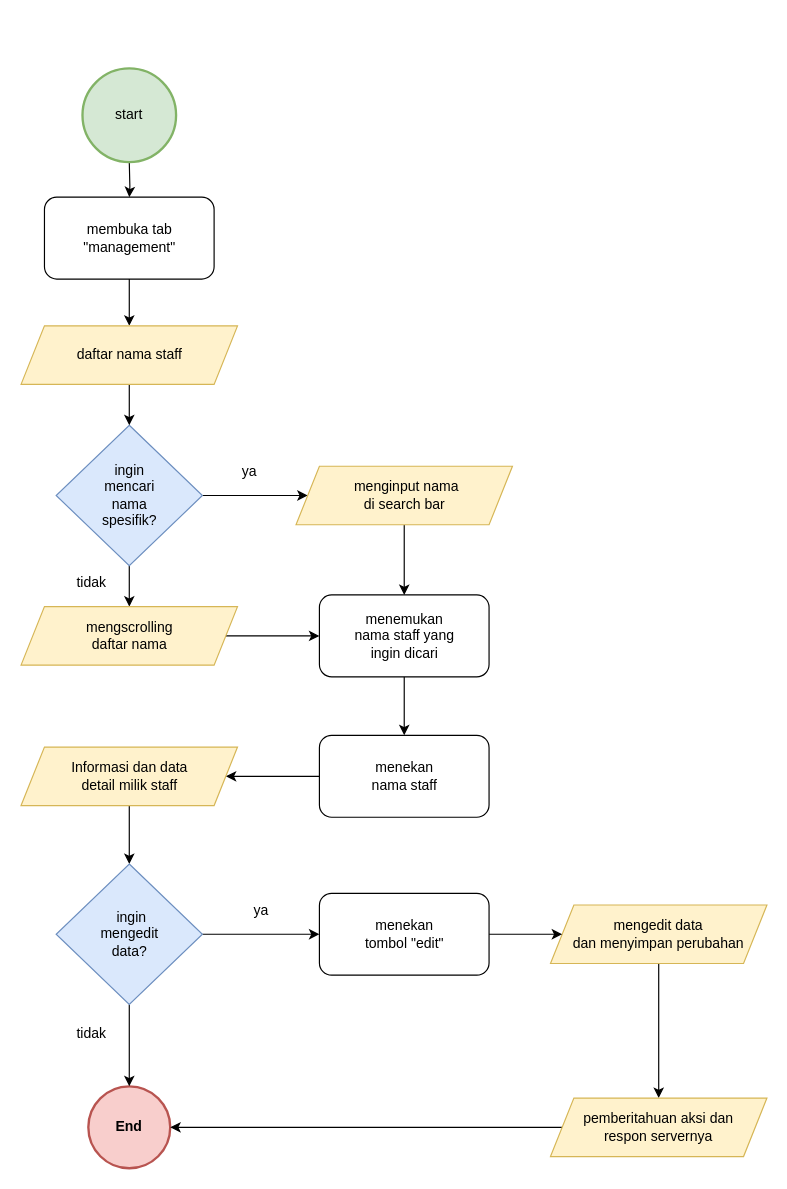
Above: diagrams/user_flow/owner_lihat_edit_data_staff.drawio in SynergyStudioBandung/synergy_studio_docs (draw.io), before the change. Source tidied: cells renumbered, new cells numbered last; positions are measured from the earlier drawing's top-left corner, leaving out a move shared by most shapes. Both pictures are drawn from the tidied source at 117%, with x=0, y=0 at pixel (21, 68).
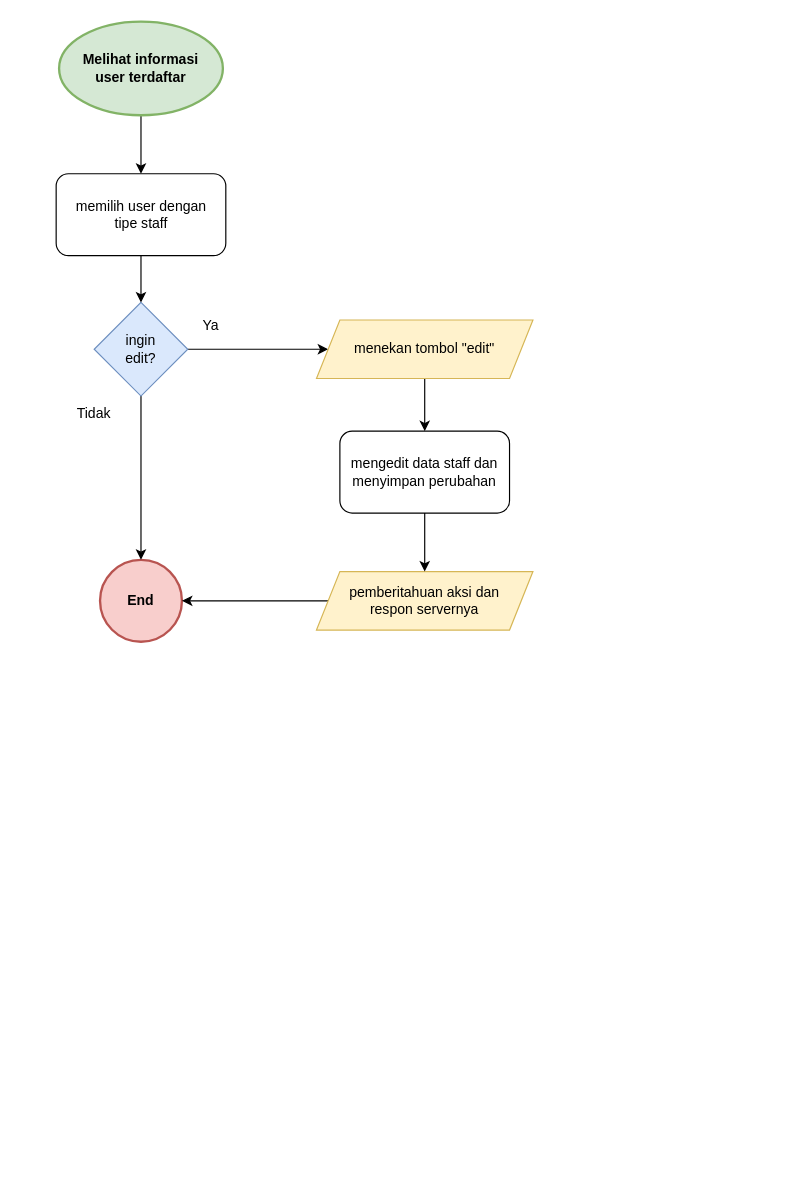
The same diagram, later.

The edit, as a diff of the source:
```diff
@@
     <mxCell id="2" value="End" style="ellipse;whiteSpace=wrap;html=1;fillColor=#f8cecc;strokeColor=#b85450;fontStyle=1;strokeWidth=2;" parent="1" vertex="1">
-      <mxGeometry x="57" y="870" width="70" height="70" as="geometry" />
+      <mxGeometry x="67" y="420" width="70" height="70" as="geometry" />
     </mxCell>
-    <mxCell id="3" style="edgeStyle=orthogonalEdgeStyle;rounded=0;jettySize=auto;html=1;" parent="1" edge="1" target="13">
-      <mxGeometry relative="1" as="geometry">
-        <mxPoint x="92" y="80" as="sourcePoint" />
-      </mxGeometry>
-    </mxCell>
-    <mxCell id="4" style="edgeStyle=orthogonalEdgeStyle;rounded=0;jettySize=auto;html=1;" parent="1" edge="1" source="6" target="11">
-      <mxGeometry relative="1" as="geometry" />
-    </mxCell>
-    <mxCell id="5" style="edgeStyle=orthogonalEdgeStyle;rounded=0;jettySize=auto;html=1;" parent="1" edge="1" source="6" target="17">
-      <mxGeometry relative="1" as="geometry" />
-    </mxCell>
-    <mxCell id="6" value="ingin&lt;br&gt;mencari&lt;br&gt;nama&lt;br&gt;spesifik?" style="rhombus;whiteSpace=wrap;html=1;fillColor=#dae8fc;strokeColor=#6c8ebf;" parent="1" vertex="1">
-      <mxGeometry x="29.5" y="305" width="125" height="120" as="geometry" />
-    </mxCell>
-    <mxCell id="7" style="edgeStyle=orthogonalEdgeStyle;rounded=0;jettySize=auto;html=1;" parent="1" edge="1" source="8" target="23">
-      <mxGeometry relative="1" as="geometry" />
-    </mxCell>
-    <mxCell id="8" value="menekan&lt;br&gt;nama staff" style="rounded=1;whiteSpace=wrap;html=1;fontSize=12;glass=0;strokeWidth=1;shadow=0;" parent="1" vertex="1">
-      <mxGeometry x="254.5" y="570" width="145" height="70" as="geometry" />
-    </mxCell>
-    <mxCell id="9" value="ya" style="text;html=1;strokeColor=none;fillColor=none;align=center;verticalAlign=middle;whiteSpace=wrap;rounded=0;" parent="1" vertex="1">
-      <mxGeometry x="164.5" y="330" width="60" height="30" as="geometry" />
-    </mxCell>
-    <mxCell id="10" style="edgeStyle=orthogonalEdgeStyle;rounded=0;jettySize=auto;html=1;" parent="1" edge="1" source="11" target="15">
-      <mxGeometry relative="1" as="geometry" />
-    </mxCell>
-    <mxCell id="11" value="&amp;nbsp;menginput nama&lt;br&gt;di search bar" style="shape=parallelogram;perimeter=parallelogramPerimeter;whiteSpace=wrap;html=1;fixedSize=1;strokeWidth=1;fillColor=#fff2cc;strokeColor=#d6b656;" parent="1" vertex="1">
-      <mxGeometry x="234.5" y="340" width="185" height="50" as="geometry" />
-    </mxCell>
-    <mxCell id="12" style="edgeStyle=orthogonalEdgeStyle;rounded=0;jettySize=auto;html=1;" parent="1" edge="1" source="13" target="21">
-      <mxGeometry relative="1" as="geometry" />
-    </mxCell>
-    <mxCell id="13" value="membuka tab&lt;br&gt;&quot;management&quot;" style="rounded=1;whiteSpace=wrap;html=1;fontSize=12;glass=0;strokeWidth=1;shadow=0;" parent="1" vertex="1">
-      <mxGeometry x="19.5" y="110" width="145" height="70" as="geometry" />
-    </mxCell>
-    <mxCell id="14" style="edgeStyle=orthogonalEdgeStyle;rounded=0;jettySize=auto;html=1;" parent="1" edge="1" source="15" target="8">
-      <mxGeometry relative="1" as="geometry" />
-    </mxCell>
-    <mxCell id="15" value="  menemukan&lt;br&gt;nama staff yang&lt;br&gt;ingin dicari" style="rounded=1;whiteSpace=wrap;html=1;fontSize=12;glass=0;strokeWidth=1;shadow=0;" parent="1" vertex="1">
-      <mxGeometry x="254.5" y="450" width="145" height="70" as="geometry" />
-    </mxCell>
-    <mxCell id="16" style="edgeStyle=orthogonalEdgeStyle;rounded=0;jettySize=auto;html=1;" parent="1" edge="1" source="17" target="15">
-      <mxGeometry relative="1" as="geometry" />
-    </mxCell>
-    <mxCell id="17" value="  mengscrolling&lt;br&gt;daftar nama" style="shape=parallelogram;perimeter=parallelogramPerimeter;whiteSpace=wrap;html=1;fixedSize=1;strokeWidth=1;fillColor=#fff2cc;strokeColor=#d6b656;" parent="1" vertex="1">
-      <mxGeometry x="-0.5" y="460" width="185" height="50" as="geometry" />
-    </mxCell>
-    <mxCell id="18" value="tidak" style="text;html=1;strokeColor=none;fillColor=none;align=center;verticalAlign=middle;whiteSpace=wrap;rounded=0;" parent="1" vertex="1">
-      <mxGeometry x="29.5" y="425" width="60" height="30" as="geometry" />
-    </mxCell>
-    <mxCell id="19" value="start" style="ellipse;whiteSpace=wrap;html=1;fillColor=#d5e8d4;strokeColor=#82b366;strokeWidth=2;" parent="1" vertex="1">
-      <mxGeometry x="52" width="80" height="80" as="geometry" />
-    </mxCell>
-    <mxCell id="20" style="edgeStyle=orthogonalEdgeStyle;rounded=0;jettySize=auto;html=1;" parent="1" edge="1" source="21" target="6">
-      <mxGeometry relative="1" as="geometry" />
-    </mxCell>
-    <mxCell id="21" value="daftar nama staff" style="shape=parallelogram;perimeter=parallelogramPerimeter;whiteSpace=wrap;html=1;fixedSize=1;strokeWidth=1;fillColor=#fff2cc;strokeColor=#d6b656;" parent="1" vertex="1">
-      <mxGeometry x="-0.5" y="220" width="185" height="50" as="geometry" />
-    </mxCell>
-    <mxCell id="22" style="edgeStyle=orthogonalEdgeStyle;rounded=0;jettySize=auto;html=1;" parent="1" edge="1" source="23" target="26">
-      <mxGeometry relative="1" as="geometry" />
-    </mxCell>
-    <mxCell id="23" value="Informasi dan data&lt;br&gt;detail milik staff" style="shape=parallelogram;perimeter=parallelogramPerimeter;whiteSpace=wrap;html=1;fixedSize=1;strokeWidth=1;fillColor=#fff2cc;strokeColor=#d6b656;" parent="1" vertex="1">
-      <mxGeometry x="-0.5" y="580" width="185" height="50" as="geometry" />
-    </mxCell>
-    <mxCell id="24" style="edgeStyle=orthogonalEdgeStyle;rounded=0;jettySize=auto;html=1;" parent="1" edge="1" source="26" target="2">
-      <mxGeometry relative="1" as="geometry" />
-    </mxCell>
-    <mxCell id="25" style="edgeStyle=orthogonalEdgeStyle;rounded=0;jettySize=auto;html=1;" parent="1" edge="1" source="26" target="32">
-      <mxGeometry relative="1" as="geometry" />
-    </mxCell>
-    <mxCell id="26" value="&amp;nbsp;ingin&lt;br&gt;mengedit&lt;br&gt;data?" style="rhombus;whiteSpace=wrap;html=1;fillColor=#dae8fc;strokeColor=#6c8ebf;" parent="1" vertex="1">
-      <mxGeometry x="29.5" y="680" width="125" height="120" as="geometry" />
-    </mxCell>
-    <mxCell id="27" value="tidak" style="text;html=1;strokeColor=none;fillColor=none;align=center;verticalAlign=middle;whiteSpace=wrap;rounded=0;" parent="1" vertex="1">
-      <mxGeometry x="29.5" y="810" width="60" height="30" as="geometry" />
-    </mxCell>
-    <mxCell id="28" value="ya" style="text;html=1;strokeColor=none;fillColor=none;align=center;verticalAlign=middle;whiteSpace=wrap;rounded=0;" parent="1" vertex="1">
-      <mxGeometry x="174.5" y="705" width="60" height="30" as="geometry" />
-    </mxCell>
-    <mxCell id="29" style="edgeStyle=orthogonalEdgeStyle;rounded=0;jettySize=auto;html=1;" parent="1" edge="1" source="30" target="34">
-      <mxGeometry relative="1" as="geometry" />
-    </mxCell>
-    <mxCell id="30" value="  mengedit data&lt;br&gt;dan menyimpan perubahan" style="shape=parallelogram;perimeter=parallelogramPerimeter;whiteSpace=wrap;html=1;fixedSize=1;strokeWidth=1;fillColor=#fff2cc;strokeColor=#d6b656;" parent="1" vertex="1">
-      <mxGeometry x="452" y="715" width="185" height="50" as="geometry" />
-    </mxCell>
-    <mxCell id="31" style="edgeStyle=orthogonalEdgeStyle;rounded=0;jettySize=auto;html=1;" parent="1" edge="1" source="32" target="30">
-      <mxGeometry relative="1" as="geometry" />
-    </mxCell>
-    <mxCell id="32" value="  menekan&lt;br&gt;tombol &quot;edit&quot;" style="rounded=1;whiteSpace=wrap;html=1;fontSize=12;glass=0;strokeWidth=1;shadow=0;" parent="1" vertex="1">
-      <mxGeometry x="254.5" y="705" width="145" height="70" as="geometry" />
-    </mxCell>
@@
     <mxCell id="34" value="pemberitahuan aksi dan&lt;br&gt;respon servernya" style="shape=parallelogram;perimeter=parallelogramPerimeter;whiteSpace=wrap;html=1;fixedSize=1;strokeWidth=1;fillColor=#fff2cc;strokeColor=#d6b656;" parent="1" vertex="1">
-      <mxGeometry x="452" y="880" width="185" height="50" as="geometry" />
+      <mxGeometry x="252" y="430" width="185" height="50" as="geometry" />
     </mxCell>
+    <mxCell id="35" style="edgeStyle=orthogonalEdgeStyle;rounded=0;jettySize=auto;html=1;" parent="1" edge="1" source="36" target="43">
+      <mxGeometry relative="1" as="geometry" />
+    </mxCell>
+    <mxCell id="36" value="&lt;b&gt;Melihat informasi&lt;br&gt;user terdaftar&lt;/b&gt;" style="ellipse;whiteSpace=wrap;html=1;fillColor=#d5e8d4;strokeColor=#82b366;strokeWidth=2;" parent="1" vertex="1">
+      <mxGeometry x="32" y="-40" width="140" height="80" as="geometry" />
+    </mxCell>
+    <mxCell id="37" style="edgeStyle=orthogonalEdgeStyle;rounded=0;jettySize=auto;html=1;entryX=0.5;entryY=0;entryDx=0;entryDy=0;" parent="1" edge="1" source="39" target="2">
+      <mxGeometry relative="1" as="geometry" />
+    </mxCell>
+    <mxCell id="38" style="edgeStyle=orthogonalEdgeStyle;rounded=0;jettySize=auto;html=1;entryX=0;entryY=0.5;entryDx=0;entryDy=0;" parent="1" edge="1" source="39" target="32">
+      <mxGeometry relative="1" as="geometry" />
+    </mxCell>
+    <mxCell id="39" value="ingin&lt;br&gt;edit?" style="rhombus;whiteSpace=wrap;html=1;fillColor=#dae8fc;strokeColor=#6c8ebf;strokeWidth=1;" parent="1" vertex="1">
+      <mxGeometry x="62" y="200" width="80" height="80" as="geometry" />
+    </mxCell>
+    <mxCell id="40" value="Ya" style="text;html=1;strokeColor=none;fillColor=none;align=center;verticalAlign=middle;whiteSpace=wrap;rounded=0;" parent="1" vertex="1">
+      <mxGeometry x="132" y="205" width="60" height="30" as="geometry" />
+    </mxCell>
+    <mxCell id="41" value="Tidak" style="text;html=1;strokeColor=none;fillColor=none;align=center;verticalAlign=middle;whiteSpace=wrap;rounded=0;" parent="1" vertex="1">
+      <mxGeometry x="32" y="280" width="60" height="30" as="geometry" />
+    </mxCell>
+    <mxCell id="42" style="edgeStyle=orthogonalEdgeStyle;rounded=0;jettySize=auto;html=1;entryX=0.5;entryY=0;entryDx=0;entryDy=0;" parent="1" edge="1" source="43" target="39">
+      <mxGeometry relative="1" as="geometry" />
+    </mxCell>
+    <mxCell id="43" value="memilih user dengan&lt;br&gt;tipe staff" style="rounded=1;whiteSpace=wrap;html=1;fontSize=12;glass=0;strokeWidth=1;shadow=0;" parent="1" vertex="1">
+      <mxGeometry x="29.5" y="90" width="145" height="70" as="geometry" />
+    </mxCell>
+    <mxCell id="44" style="edgeStyle=orthogonalEdgeStyle;rounded=0;jettySize=auto;html=1;entryX=0.5;entryY=0;entryDx=0;entryDy=0;" parent="1" edge="1" source="32" target="46">
+      <mxGeometry relative="1" as="geometry" />
+    </mxCell>
+    <mxCell id="32" value="menekan tombol &quot;edit&quot;" style="shape=parallelogram;perimeter=parallelogramPerimeter;whiteSpace=wrap;html=1;fixedSize=1;strokeWidth=1;fillColor=#fff2cc;strokeColor=#d6b656;" parent="1" vertex="1">
+      <mxGeometry x="252" y="215" width="185" height="50" as="geometry" />
+    </mxCell>
+    <mxCell id="45" style="edgeStyle=orthogonalEdgeStyle;rounded=0;jettySize=auto;html=1;" parent="1" edge="1" source="46" target="34">
+      <mxGeometry relative="1" as="geometry" />
+    </mxCell>
+    <mxCell id="46" value="  mengedit data staff dan menyimpan perubahan" style="rounded=1;whiteSpace=wrap;html=1;fontSize=12;glass=0;strokeWidth=1;shadow=0;" parent="1" vertex="1">
+      <mxGeometry x="272" y="310" width="145" height="70" as="geometry" />
+    </mxCell>
```
